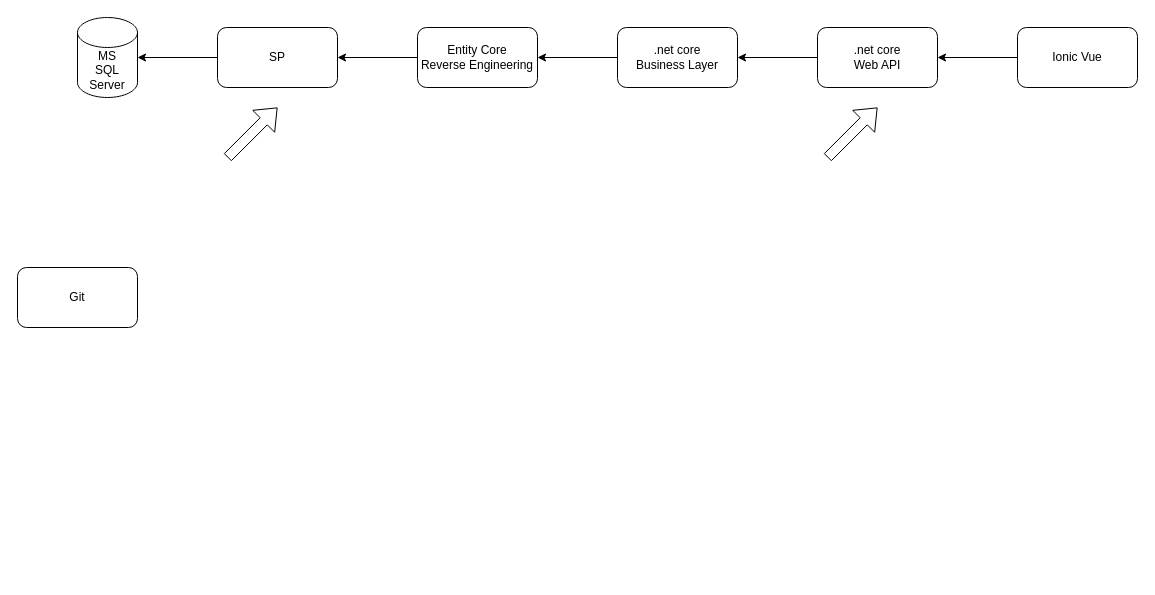
Above: Dev Flow/Dev Flow.drawio in vinceliao99/MyDiagrams (draw.io), before the change. Source tidied: cells renumbered, new cells numbered last; positions are measured from the earlier drawing's top-left corner, leaving out a move shared by most shapes. Both pictures are drawn from the tidied source at 100%, with x=0, y=0 at pixel (17, 17).
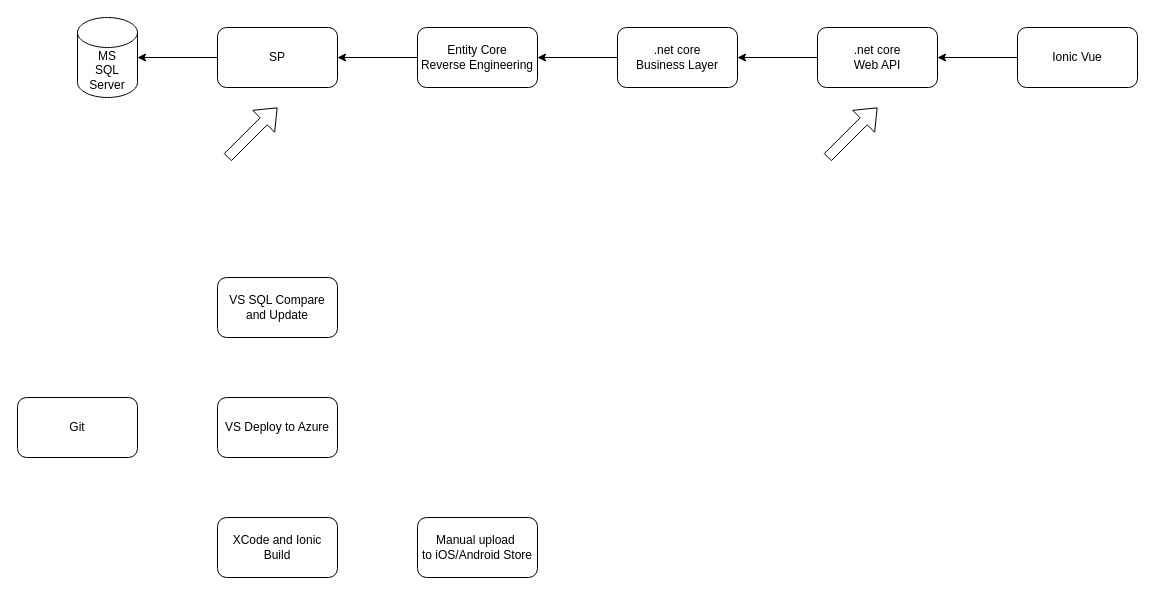
The same diagram, later.

What changed in the source:
```diff
@@
     <mxCell id="15" value="Git" style="rounded=1;whiteSpace=wrap;html=1;" parent="1" vertex="1">
-      <mxGeometry y="250" width="120" height="60" as="geometry" />
+      <mxGeometry y="380" width="120" height="60" as="geometry" />
     </mxCell>
+    <mxCell id="16" value="VS SQL Compare and Update" style="rounded=1;whiteSpace=wrap;html=1;" parent="1" vertex="1">
+      <mxGeometry x="200" y="260" width="120" height="60" as="geometry" />
+    </mxCell>
+    <mxCell id="17" value="VS Deploy to Azure" style="rounded=1;whiteSpace=wrap;html=1;" parent="1" vertex="1">
+      <mxGeometry x="200" y="380" width="120" height="60" as="geometry" />
+    </mxCell>
+    <mxCell id="18" value="XCode and Ionic Build" style="rounded=1;whiteSpace=wrap;html=1;" parent="1" vertex="1">
+      <mxGeometry x="200" y="500" width="120" height="60" as="geometry" />
+    </mxCell>
+    <mxCell id="19" value="Manual upload&amp;nbsp;&lt;div&gt;to iOS/Android Store&lt;/div&gt;" style="rounded=1;whiteSpace=wrap;html=1;" parent="1" vertex="1">
+      <mxGeometry x="400" y="500" width="120" height="60" as="geometry" />
+    </mxCell>
```
